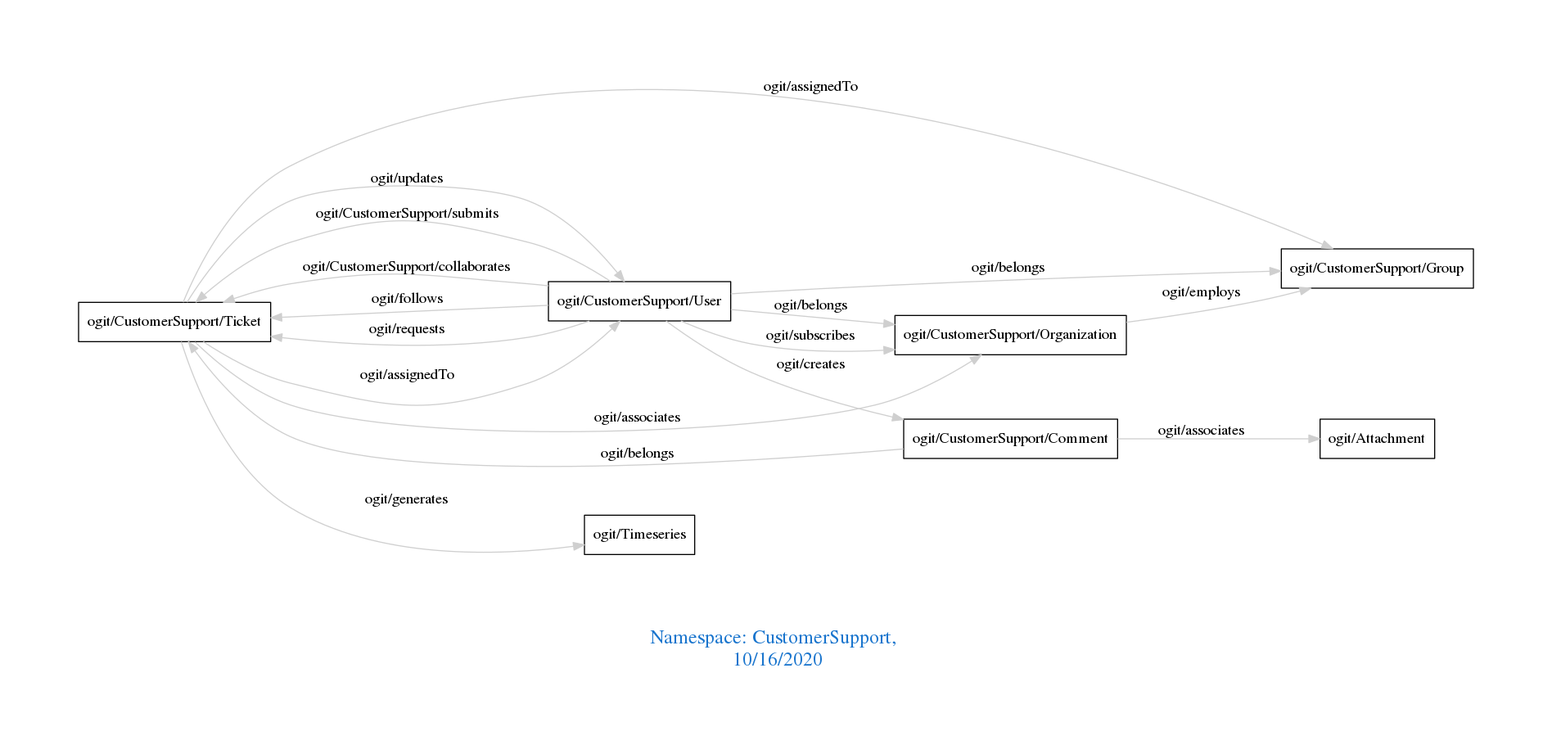
Earlier version of the Graphviz export downloads/CustomerSupport.png (arago/OGIT). Its source is kept beside it as downloads/CustomerSupport.dot.
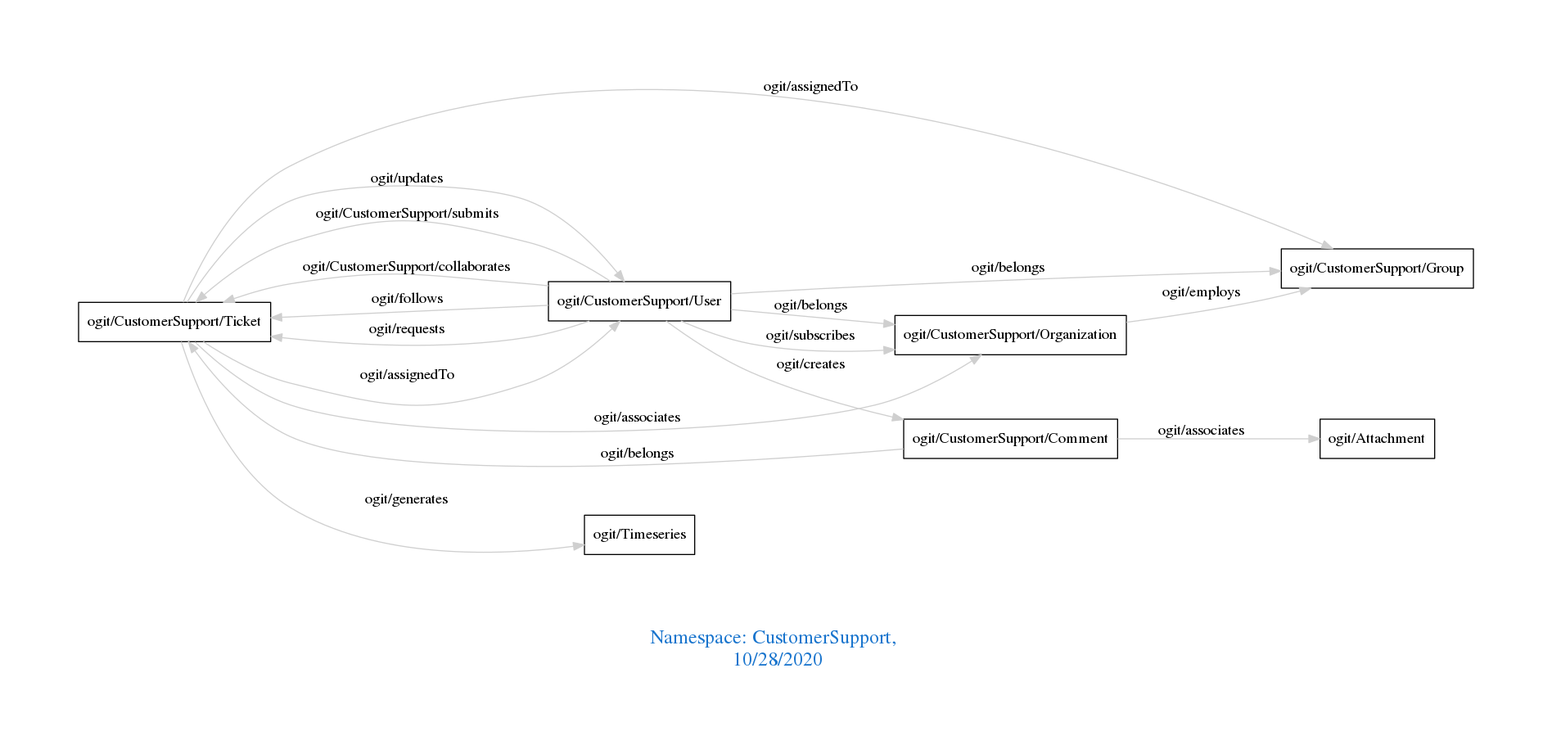
Later version of the same file.

Diff of the diagram source:
```diff
@@ -1,7 +1,7 @@
 digraph OGIT_ontology {
  graph [ rankdir= LR,pad=1
 fontsize = 18,
-fontcolor= dodgerblue3,label = "\n\n\nNamespace: CustomerSupport, \n 10/16/2020"];
+fontcolor= dodgerblue3,label = "\n\n\nNamespace: CustomerSupport, \n 10/28/2020"];
 node[shape=polygon];
 edge [  color="gray81"];
 
```
